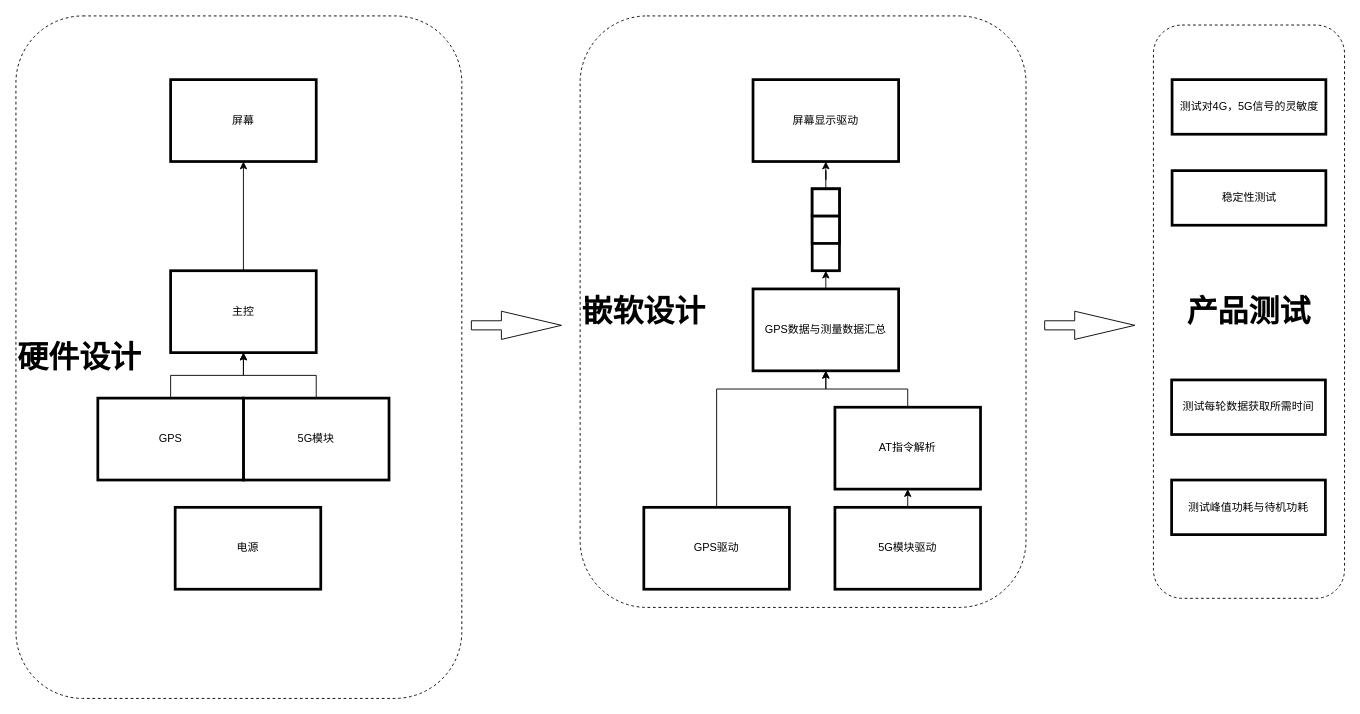
Earlier version of the draw.io diagram 三网框图.drawio (wugfh/my_drawio). Source tidied: cells renumbered, new cells numbered last; positions are measured from the earlier drawing's top-left corner, leaving out a move shared by most shapes. Both pictures are drawn from the tidied source at 91%, with x=0, y=0 at pixel (15, 15).
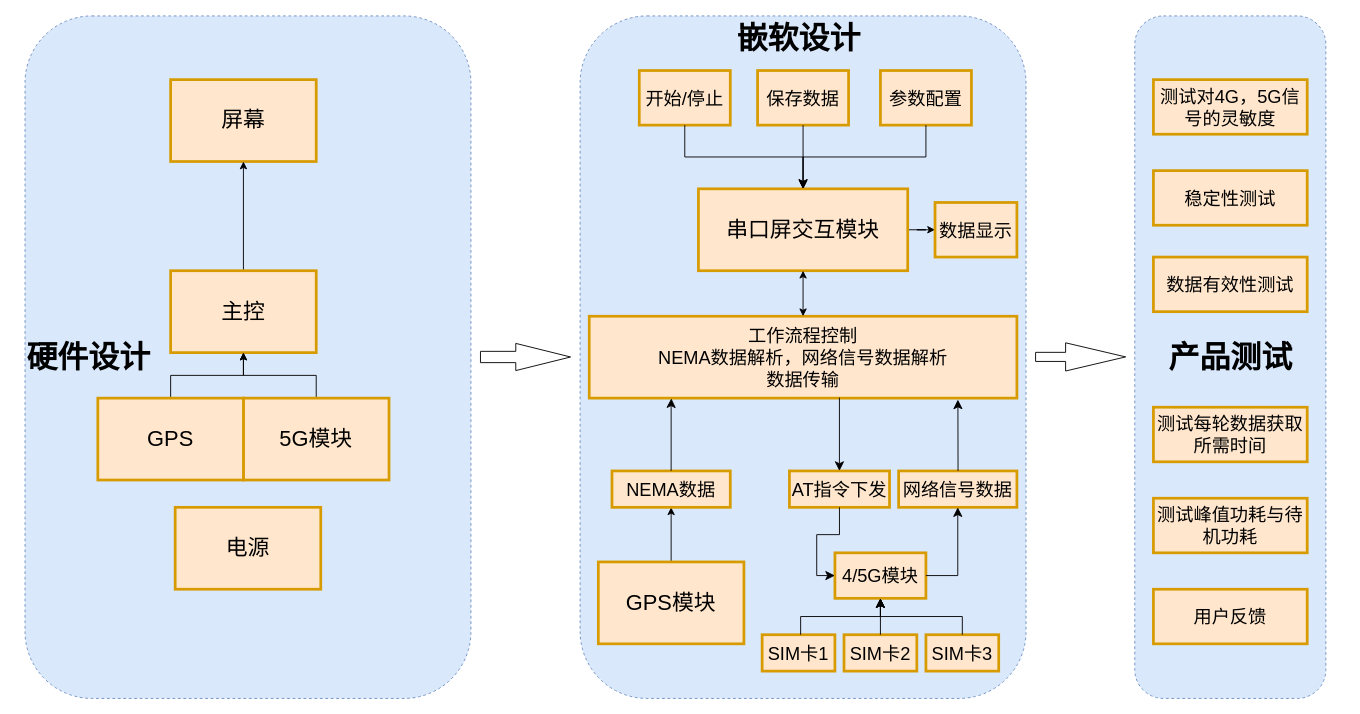
The same page after the edit.

Commit message:
更新三网框图.drawio

What changed in the source:
```diff
@@
-    <mxCell id="2" value="&lt;span style=&quot;font-size: 34px;&quot;&gt;&lt;b&gt;产品测试&lt;/b&gt;&lt;/span&gt;" style="rounded=1;whiteSpace=wrap;html=1;dashed=1;align=center;" parent="1" vertex="1">
-      <mxGeometry x="1250" y="10" width="210" height="630" as="geometry" />
+    <mxCell id="2" value="&lt;span style=&quot;font-size: 34px;&quot;&gt;&lt;b&gt;产品测试&lt;/b&gt;&lt;/span&gt;" style="rounded=1;whiteSpace=wrap;html=1;dashed=1;align=center;fillColor=#dae8fc;strokeColor=#6c8ebf;" parent="1" vertex="1">
+      <mxGeometry x="1229.5" width="210" height="750" as="geometry" />
     </mxCell>
-    <mxCell id="3" value="&lt;sup style=&quot;&quot;&gt;&lt;font style=&quot;font-size: 34px;&quot;&gt;&lt;b&gt;嵌软设计&lt;/b&gt;&lt;/font&gt;&lt;/sup&gt;" style="rounded=1;whiteSpace=wrap;html=1;dashed=1;align=left;" parent="1" vertex="1">
-      <mxGeometry x="620" width="490" height="650" as="geometry" />
+    <mxCell id="3" style="rounded=1;whiteSpace=wrap;html=1;dashed=1;align=left;fillColor=#dae8fc;strokeColor=#6c8ebf;" parent="1" vertex="1">
+      <mxGeometry x="620" width="490" height="750" as="geometry" />
     </mxCell>
-    <mxCell id="4" value="&lt;sup style=&quot;&quot;&gt;&lt;font style=&quot;font-size: 34px;&quot;&gt;&lt;b&gt;硬件设计&lt;/b&gt;&lt;/font&gt;&lt;/sup&gt;" style="rounded=1;whiteSpace=wrap;html=1;dashed=1;align=left;" parent="1" vertex="1">
-      <mxGeometry width="490" height="750" as="geometry" />
+    <mxCell id="4" value="&lt;sup style=&quot;&quot;&gt;&lt;font style=&quot;font-size: 34px;&quot;&gt;&lt;b&gt;硬件设计&lt;/b&gt;&lt;/font&gt;&lt;/sup&gt;" style="rounded=1;whiteSpace=wrap;html=1;dashed=1;align=left;fillColor=#dae8fc;strokeColor=#6c8ebf;" parent="1" vertex="1">
+      <mxGeometry x="10" width="490" height="750" as="geometry" />
     </mxCell>
-    <mxCell id="5" value="屏幕" style="rounded=0;whiteSpace=wrap;html=1;strokeWidth=3;" parent="1" vertex="1">
+    <mxCell id="5" value="&lt;font style=&quot;font-size: 24px;&quot;&gt;屏幕&lt;/font&gt;" style="rounded=0;whiteSpace=wrap;html=1;strokeWidth=3;fillColor=#ffe6cc;strokeColor=#d79b00;" parent="1" vertex="1">
       <mxGeometry x="170" y="70" width="160" height="90" as="geometry" />
     </mxCell>
@@
-    <mxCell id="7" value="主控" style="rounded=0;whiteSpace=wrap;html=1;strokeWidth=3;" parent="1" vertex="1">
+    <mxCell id="7" value="&lt;font style=&quot;font-size: 24px;&quot;&gt;主控&lt;/font&gt;" style="rounded=0;whiteSpace=wrap;html=1;strokeWidth=3;fillColor=#ffe6cc;strokeColor=#d79b00;" parent="1" vertex="1">
       <mxGeometry x="170" y="280" width="160" height="90" as="geometry" />
     </mxCell>
-    <mxCell id="8" value="电源" style="rounded=0;whiteSpace=wrap;html=1;strokeWidth=3;" parent="1" vertex="1">
+    <mxCell id="8" value="&lt;font style=&quot;font-size: 24px;&quot;&gt;电源&lt;/font&gt;" style="rounded=0;whiteSpace=wrap;html=1;strokeWidth=3;fillColor=#ffe6cc;strokeColor=#d79b00;" parent="1" vertex="1">
       <mxGeometry x="175" y="540" width="160" height="90" as="geometry" />
     </mxCell>
@@
-    <mxCell id="10" value="5G模块" style="rounded=0;whiteSpace=wrap;html=1;strokeWidth=3;" parent="1" vertex="1">
+    <mxCell id="10" value="&lt;font style=&quot;font-size: 24px;&quot;&gt;5G模块&lt;/font&gt;" style="rounded=0;whiteSpace=wrap;html=1;strokeWidth=3;fillColor=#ffe6cc;strokeColor=#d79b00;" parent="1" vertex="1">
       <mxGeometry x="250" y="420" width="160" height="90" as="geometry" />
     </mxCell>
@@
-    <mxCell id="12" value="GPS" style="rounded=0;whiteSpace=wrap;html=1;strokeWidth=3;" parent="1" vertex="1">
+    <mxCell id="12" value="&lt;font style=&quot;font-size: 24px;&quot;&gt;GPS&lt;/font&gt;" style="rounded=0;whiteSpace=wrap;html=1;strokeWidth=3;fillColor=#ffe6cc;strokeColor=#d79b00;" parent="1" vertex="1">
       <mxGeometry x="90" y="420" width="160" height="90" as="geometry" />
     </mxCell>
-    <mxCell id="13" style="edgeStyle=orthogonalEdgeStyle;rounded=0;jettySize=auto;html=1;exitX=0.5;exitY=0;exitDx=0;exitDy=0;entryX=0.5;entryY=1;entryDx=0;entryDy=0;" parent="1" edge="1" source="14" target="17">
-      <mxGeometry relative="1" as="geometry" />
-    </mxCell>
-    <mxCell id="14" value="5G模块驱动" style="rounded=0;whiteSpace=wrap;html=1;strokeWidth=3;" parent="1" vertex="1">
-      <mxGeometry x="900" y="540" width="160" height="90" as="geometry" />
+    <mxCell id="14" value="&lt;font style=&quot;font-size: 20px;&quot;&gt;4/5G模块&lt;/font&gt;" style="rounded=0;whiteSpace=wrap;html=1;strokeWidth=3;fillColor=#ffe6cc;strokeColor=#d79b00;" parent="1" vertex="1">
+      <mxGeometry x="900" y="590" width="100" height="50" as="geometry" />
     </mxCell>
+    <mxCell id="32" style="edgeStyle=orthogonalEdgeStyle;rounded=0;jettySize=auto;html=1;" parent="1" edge="1" source="15" target="55">
+      <mxGeometry relative="1" as="geometry" />
+    </mxCell>
-    <mxCell id="15" value="屏幕显示驱动" style="rounded=0;whiteSpace=wrap;html=1;strokeWidth=3;" parent="1" vertex="1">
-      <mxGeometry x="810" y="70" width="160" height="90" as="geometry" />
+    <mxCell id="15" value="&lt;font style=&quot;font-size: 24px;&quot;&gt;串口屏交互模块&lt;/font&gt;" style="rounded=0;whiteSpace=wrap;html=1;strokeWidth=3;fillColor=#ffe6cc;strokeColor=#d79b00;" parent="1" vertex="1">
+      <mxGeometry x="750" y="190" width="230" height="90" as="geometry" />
     </mxCell>
-    <mxCell id="16" style="edgeStyle=orthogonalEdgeStyle;rounded=0;jettySize=auto;html=1;exitX=0.5;exitY=0;exitDx=0;exitDy=0;entryX=0.5;entryY=1;entryDx=0;entryDy=0;" parent="1" edge="1" source="17" target="19">
-      <mxGeometry relative="1" as="geometry" />
-    </mxCell>
-    <mxCell id="17" value="AT指令解析" style="rounded=0;whiteSpace=wrap;html=1;strokeWidth=3;" parent="1" vertex="1">
-      <mxGeometry x="900" y="430" width="160" height="90" as="geometry" />
+    <mxCell id="17" value="&lt;font style=&quot;font-size: 20px;&quot;&gt;AT指令下发&lt;/font&gt;" style="rounded=0;whiteSpace=wrap;html=1;strokeWidth=3;fillColor=#ffe6cc;strokeColor=#d79b00;" parent="1" vertex="1">
+      <mxGeometry x="850" y="500" width="110" height="40" as="geometry" />
     </mxCell>
-    <mxCell id="18" style="edgeStyle=orthogonalEdgeStyle;rounded=0;jettySize=auto;html=1;exitX=0.5;exitY=0;exitDx=0;exitDy=0;entryX=0.5;entryY=1;entryDx=0;entryDy=0;" parent="1" edge="1" source="19" target="22">
-      <mxGeometry relative="1" as="geometry" />
-    </mxCell>
-    <mxCell id="19" value="GPS数据与测量数据汇总" style="rounded=0;whiteSpace=wrap;html=1;strokeWidth=3;" parent="1" vertex="1">
-      <mxGeometry x="810" y="300" width="160" height="90" as="geometry" />
+    <mxCell id="19" value="&lt;font style=&quot;font-size: 20px;&quot;&gt;工作流程控制&lt;/font&gt;&lt;div&gt;&lt;span style=&quot;font-size: 20px;&quot;&gt;NEMA数据解析，&lt;/span&gt;&lt;span style=&quot;font-size: 20px; background-color: initial;&quot;&gt;网络信号数据解析&lt;/span&gt;&lt;/div&gt;&lt;div&gt;&lt;span style=&quot;font-size: 20px; background-color: initial;&quot;&gt;数据传输&lt;/span&gt;&lt;/div&gt;" style="rounded=0;whiteSpace=wrap;html=1;strokeWidth=3;fillColor=#ffe6cc;strokeColor=#d79b00;" parent="1" vertex="1">
+      <mxGeometry x="630" y="330" width="470" height="90" as="geometry" />
     </mxCell>
-    <mxCell id="20" style="edgeStyle=orthogonalEdgeStyle;rounded=0;jettySize=auto;html=1;exitX=0.5;exitY=0;exitDx=0;exitDy=0;entryX=0.5;entryY=1;entryDx=0;entryDy=0;" parent="1" edge="1" source="21" target="19">
-      <mxGeometry relative="1" as="geometry">
-        <Array as="points">
-          <mxPoint x="770" y="410" />
-          <mxPoint x="890" y="410" />
-        </Array>
-      </mxGeometry>
-    </mxCell>
+    <mxCell id="33" style="edgeStyle=orthogonalEdgeStyle;rounded=0;jettySize=auto;html=1;" parent="1" edge="1" source="21" target="45">
+      <mxGeometry relative="1" as="geometry" />
+    </mxCell>
-    <mxCell id="21" value="GPS驱动" style="rounded=0;whiteSpace=wrap;html=1;strokeWidth=3;" parent="1" vertex="1">
-      <mxGeometry x="690" y="540" width="160" height="90" as="geometry" />
+    <mxCell id="21" value="&lt;font style=&quot;font-size: 24px;&quot;&gt;GPS模块&lt;/font&gt;" style="rounded=0;whiteSpace=wrap;html=1;strokeWidth=3;fillColor=#ffe6cc;strokeColor=#d79b00;" parent="1" vertex="1">
+      <mxGeometry x="640" y="600" width="160" height="90" as="geometry" />
     </mxCell>
-    <mxCell id="22" style="rounded=0;whiteSpace=wrap;html=1;strokeWidth=3;" parent="1" vertex="1">
-      <mxGeometry x="875" y="190" width="30" height="90" as="geometry" />
-    </mxCell>
-    <mxCell id="23" style="edgeStyle=orthogonalEdgeStyle;rounded=0;jettySize=auto;html=1;exitX=0.5;exitY=0;exitDx=0;exitDy=0;" parent="1" edge="1" source="24" target="15">
-      <mxGeometry relative="1" as="geometry" />
-    </mxCell>
-    <mxCell id="24" style="rounded=0;whiteSpace=wrap;html=1;strokeWidth=3;" parent="1" vertex="1">
-      <mxGeometry x="875" y="190" width="30" height="30" as="geometry" />
-    </mxCell>
-    <mxCell id="25" style="rounded=0;whiteSpace=wrap;html=1;strokeWidth=3;" parent="1" vertex="1">
-      <mxGeometry x="875" y="220" width="30" height="30" as="geometry" />
-    </mxCell>
-    <mxCell id="26" style="shape=flexArrow;endArrow=classic;html=1;rounded=0;width=10;endSize=21.67;" parent="1" edge="1">
+    <mxCell id="26" style="shape=flexArrow;endArrow=classic;html=1;rounded=0;width=12.4;endSize=19.732;endWidth=16.47058823529412;" parent="1" edge="1">
       <mxGeometry relative="1" as="geometry">
-        <mxPoint x="500" y="340" as="sourcePoint" />
-        <mxPoint x="600" y="340" as="targetPoint" />
+        <mxPoint x="510" y="374.8" as="sourcePoint" />
+        <mxPoint x="610" y="374.8" as="targetPoint" />
       </mxGeometry>
     </mxCell>
-    <mxCell id="27" value="测试对4G，5G信号的灵敏度" style="rounded=0;whiteSpace=wrap;html=1;strokeWidth=3;" parent="1" vertex="1">
-      <mxGeometry x="1270.5" y="70" width="169" height="60" as="geometry" />
+    <mxCell id="27" value="&lt;font style=&quot;font-size: 20px;&quot;&gt;测试对4G，5G信号的灵敏度&lt;/font&gt;" style="rounded=0;whiteSpace=wrap;html=1;strokeWidth=3;fillColor=#ffe6cc;strokeColor=#d79b00;" parent="1" vertex="1">
+      <mxGeometry x="1250" y="70" width="169" height="60" as="geometry" />
     </mxCell>
-    <mxCell id="28" value="稳定性测试" style="rounded=0;whiteSpace=wrap;html=1;strokeWidth=3;" parent="1" vertex="1">
-      <mxGeometry x="1270.5" y="170" width="169" height="60" as="geometry" />
+    <mxCell id="28" value="&lt;font style=&quot;font-size: 20px;&quot;&gt;稳定性测试&lt;/font&gt;" style="rounded=0;whiteSpace=wrap;html=1;strokeWidth=3;fillColor=#ffe6cc;strokeColor=#d79b00;" parent="1" vertex="1">
+      <mxGeometry x="1250" y="170" width="169" height="60" as="geometry" />
     </mxCell>
-    <mxCell id="29" value="测试每轮数据获取所需时间" style="rounded=0;whiteSpace=wrap;html=1;strokeWidth=3;" parent="1" vertex="1">
-      <mxGeometry x="1270" y="400" width="169" height="60" as="geometry" />
+    <mxCell id="29" value="&lt;font style=&quot;font-size: 20px;&quot;&gt;测试每轮数据获取所需时间&lt;/font&gt;" style="rounded=0;whiteSpace=wrap;html=1;strokeWidth=3;fillColor=#ffe6cc;strokeColor=#d79b00;" parent="1" vertex="1">
+      <mxGeometry x="1250" y="430" width="169" height="60" as="geometry" />
     </mxCell>
-    <mxCell id="30" value="测试峰值功耗与待机功耗" style="rounded=0;whiteSpace=wrap;html=1;strokeWidth=3;" parent="1" vertex="1">
-      <mxGeometry x="1270" y="510" width="169" height="60" as="geometry" />
+    <mxCell id="30" value="&lt;font style=&quot;font-size: 20px;&quot;&gt;测试峰值功耗与待机功耗&lt;/font&gt;" style="rounded=0;whiteSpace=wrap;html=1;strokeWidth=3;fillColor=#ffe6cc;strokeColor=#d79b00;" parent="1" vertex="1">
+      <mxGeometry x="1250" y="530" width="169" height="60" as="geometry" />
     </mxCell>
     <mxCell id="31" style="shape=flexArrow;endArrow=classic;html=1;rounded=0;width=10;endSize=21.67;" parent="1" edge="1">
       <mxGeometry relative="1" as="geometry">
-        <mxPoint x="1130" y="340" as="sourcePoint" />
-        <mxPoint x="1230" y="340" as="targetPoint" />
+        <mxPoint x="1120" y="374.7" as="sourcePoint" />
+        <mxPoint x="1220" y="374.7" as="targetPoint" />
       </mxGeometry>
     </mxCell>
+    <mxCell id="34" value="&lt;font style=&quot;font-size: 20px;&quot;&gt;SIM卡1&lt;/font&gt;" style="rounded=0;whiteSpace=wrap;html=1;strokeWidth=3;fillColor=#ffe6cc;strokeColor=#d79b00;" parent="1" vertex="1">
+      <mxGeometry x="820" y="680" width="80" height="40" as="geometry" />
+    </mxCell>
+    <mxCell id="35" value="&lt;font style=&quot;font-size: 20px;&quot;&gt;SIM卡2&lt;/font&gt;" style="rounded=0;whiteSpace=wrap;html=1;strokeWidth=3;fillColor=#ffe6cc;strokeColor=#d79b00;" parent="1" vertex="1">
+      <mxGeometry x="910" y="680" width="80" height="40" as="geometry" />
+    </mxCell>
+    <mxCell id="36" value="&lt;font style=&quot;font-size: 20px;&quot;&gt;SIM卡3&lt;/font&gt;" style="rounded=0;whiteSpace=wrap;html=1;strokeWidth=3;fillColor=#ffe6cc;strokeColor=#d79b00;" parent="1" vertex="1">
+      <mxGeometry x="1000" y="680" width="80" height="40" as="geometry" />
+    </mxCell>
+    <mxCell id="37" style="edgeStyle=elbowEdgeStyle;elbow=vertical;endArrow=classic;html=1;curved=0;rounded=0;endSize=8;startSize=8;exitX=0.529;exitY=0;exitDx=0;exitDy=0;exitPerimeter=0;entryX=0.5;entryY=1;entryDx=0;entryDy=0;" parent="1" edge="1" source="34" target="14">
+      <mxGeometry relative="1" as="geometry" />
+    </mxCell>
+    <mxCell id="38" style="edgeStyle=elbowEdgeStyle;elbow=vertical;endArrow=classic;html=1;curved=0;rounded=0;endSize=8;startSize=8;exitX=0.5;exitY=0;exitDx=0;exitDy=0;" parent="1" edge="1" source="36">
+      <mxGeometry relative="1" as="geometry">
+        <mxPoint x="950" y="640" as="targetPoint" />
+      </mxGeometry>
+    </mxCell>
+    <mxCell id="39" style="edgeStyle=elbowEdgeStyle;elbow=vertical;endArrow=classic;html=1;curved=0;rounded=0;endSize=8;startSize=8;exitX=0.5;exitY=0;exitDx=0;exitDy=0;" parent="1" edge="1" source="35">
+      <mxGeometry relative="1" as="geometry">
+        <mxPoint x="950" y="640" as="targetPoint" />
+      </mxGeometry>
+    </mxCell>
+    <mxCell id="40" style="edgeStyle=segmentEdgeStyle;endArrow=classic;html=1;curved=0;rounded=0;endSize=8;startSize=8;entryX=0;entryY=0.5;entryDx=0;entryDy=0;exitX=0.5;exitY=1;exitDx=0;exitDy=0;flowAnimation=0;shadow=0;" parent="1" edge="1" source="17" target="14">
+      <mxGeometry relative="1" as="geometry">
+        <Array as="points">
+          <mxPoint x="905" y="570" />
+          <mxPoint x="880" y="570" />
+          <mxPoint x="880" y="615" />
+        </Array>
+      </mxGeometry>
+    </mxCell>
+    <mxCell id="41" value="&lt;span style=&quot;font-size: 20px;&quot;&gt;网络信号数据&lt;/span&gt;" style="rounded=0;whiteSpace=wrap;html=1;strokeWidth=3;fillColor=#ffe6cc;strokeColor=#d79b00;" parent="1" vertex="1">
+      <mxGeometry x="970" y="500" width="130" height="40" as="geometry" />
+    </mxCell>
+    <mxCell id="42" style="edgeStyle=segmentEdgeStyle;endArrow=classic;html=1;curved=0;rounded=0;endSize=8;startSize=8;entryX=0.5;entryY=1;entryDx=0;entryDy=0;exitX=1;exitY=0.5;exitDx=0;exitDy=0;" parent="1" edge="1" source="14" target="41">
+      <mxGeometry relative="1" as="geometry" />
+    </mxCell>
+    <mxCell id="43" style="edgeStyle=segmentEdgeStyle;endArrow=classic;html=1;curved=0;rounded=0;endSize=8;startSize=8;exitX=0.585;exitY=0.994;exitDx=0;exitDy=0;exitPerimeter=0;" parent="1" edge="1" source="19" target="17">
+      <mxGeometry relative="1" as="geometry" />
+    </mxCell>
+    <mxCell id="44" style="edgeStyle=segmentEdgeStyle;endArrow=classic;html=1;curved=0;rounded=0;endSize=8;startSize=8;exitX=0.5;exitY=0;exitDx=0;exitDy=0;entryX=0.862;entryY=1.018;entryDx=0;entryDy=0;entryPerimeter=0;" parent="1" edge="1" target="19">
+      <mxGeometry relative="1" as="geometry">
+        <mxPoint x="1035.3" y="500" as="sourcePoint" />
+      </mxGeometry>
+    </mxCell>
+    <mxCell id="45" value="&lt;span style=&quot;font-size: 20px;&quot;&gt;NEMA数据&lt;/span&gt;" style="rounded=0;whiteSpace=wrap;html=1;strokeWidth=3;fillColor=#ffe6cc;strokeColor=#d79b00;glass=0;" parent="1" vertex="1">
+      <mxGeometry x="655" y="500" width="130" height="40" as="geometry" />
+    </mxCell>
+    <mxCell id="46" style="edgeStyle=elbowEdgeStyle;elbow=vertical;endArrow=classic;html=1;curved=0;rounded=0;endSize=8;startSize=8;exitX=0.5;exitY=0;exitDx=0;exitDy=0;entryX=0.192;entryY=1.003;entryDx=0;entryDy=0;entryPerimeter=0;" parent="1" edge="1" source="45" target="19">
+      <mxGeometry relative="1" as="geometry">
+        <Array as="points">
+          <mxPoint x="720" y="430" />
+        </Array>
+      </mxGeometry>
+    </mxCell>
+    <mxCell id="47" value="&lt;font style=&quot;font-size: 34px;&quot;&gt;&lt;b&gt;嵌软设计&lt;/b&gt;&lt;/font&gt;" style="text;html=1;align=center;verticalAlign=middle;whiteSpace=wrap;rounded=0;" parent="1" vertex="1">
+      <mxGeometry x="767.5" y="10" width="185" height="30" as="geometry" />
+    </mxCell>
+    <mxCell id="48" style="endArrow=classic;startArrow=classic;html=1;rounded=0;exitX=0.5;exitY=0;exitDx=0;exitDy=0;entryX=0.5;entryY=1;entryDx=0;entryDy=0;" parent="1" edge="1" source="19" target="15">
+      <mxGeometry relative="1" as="geometry" />
+    </mxCell>
+    <mxCell id="49" value="&lt;font style=&quot;font-size: 20px;&quot;&gt;开始/停止&lt;/font&gt;" style="rounded=0;whiteSpace=wrap;html=1;strokeWidth=3;fillColor=#ffe6cc;strokeColor=#d79b00;" parent="1" vertex="1">
+      <mxGeometry x="685" y="60" width="100" height="60" as="geometry" />
+    </mxCell>
+    <mxCell id="50" value="&lt;font style=&quot;font-size: 20px;&quot;&gt;保存数据&lt;/font&gt;" style="rounded=0;whiteSpace=wrap;html=1;strokeWidth=3;fillColor=#ffe6cc;strokeColor=#d79b00;" parent="1" vertex="1">
+      <mxGeometry x="815" y="60" width="100" height="60" as="geometry" />
+    </mxCell>
+    <mxCell id="51" value="&lt;font style=&quot;font-size: 20px;&quot;&gt;参数配置&lt;/font&gt;" style="rounded=0;whiteSpace=wrap;html=1;strokeWidth=3;fillColor=#ffe6cc;strokeColor=#d79b00;" parent="1" vertex="1">
+      <mxGeometry x="950" y="60" width="100" height="60" as="geometry" />
+    </mxCell>
+    <mxCell id="52" style="edgeStyle=elbowEdgeStyle;elbow=vertical;endArrow=classic;html=1;curved=0;rounded=0;endSize=8;startSize=8;exitX=0.5;exitY=1;exitDx=0;exitDy=0;entryX=0.5;entryY=0;entryDx=0;entryDy=0;" parent="1" edge="1" source="49" target="15">
+      <mxGeometry relative="1" as="geometry" />
+    </mxCell>
+    <mxCell id="53" style="edgeStyle=elbowEdgeStyle;elbow=vertical;endArrow=classic;html=1;curved=0;rounded=0;endSize=8;startSize=8;entryX=0.5;entryY=0;entryDx=0;entryDy=0;exitX=0.5;exitY=1;exitDx=0;exitDy=0;" parent="1" edge="1" source="51" target="15">
+      <mxGeometry relative="1" as="geometry" />
+    </mxCell>
+    <mxCell id="54" style="endArrow=classic;html=1;rounded=0;entryX=0.5;entryY=0;entryDx=0;entryDy=0;exitX=0.5;exitY=1;exitDx=0;exitDy=0;" parent="1" edge="1" source="50" target="15">
+      <mxGeometry relative="1" as="geometry" />
+    </mxCell>
+    <mxCell id="55" value="&lt;font size=&quot;1&quot;&gt;&lt;span style=&quot;font-size: 20px;&quot;&gt;数据显示&lt;/span&gt;&lt;/font&gt;" style="whiteSpace=wrap;html=1;fillColor=#ffe6cc;strokeColor=#d79b00;rounded=0;strokeWidth=3;" parent="1" vertex="1">
+      <mxGeometry x="1010" y="205" width="90" height="60" as="geometry" />
+    </mxCell>
+    <mxCell id="56" value="&lt;font style=&quot;font-size: 20px;&quot;&gt;数据有效性测试&lt;/font&gt;" style="rounded=0;whiteSpace=wrap;html=1;strokeWidth=3;fillColor=#ffe6cc;strokeColor=#d79b00;" parent="1" vertex="1">
+      <mxGeometry x="1250" y="265" width="169" height="60" as="geometry" />
+    </mxCell>
+    <mxCell id="57" value="&lt;font style=&quot;font-size: 20px;&quot;&gt;用户反馈&lt;/font&gt;" style="rounded=0;whiteSpace=wrap;html=1;strokeWidth=3;fillColor=#ffe6cc;strokeColor=#d79b00;" parent="1" vertex="1">
+      <mxGeometry x="1250" y="630" width="169" height="60" as="geometry" />
+    </mxCell>
```
